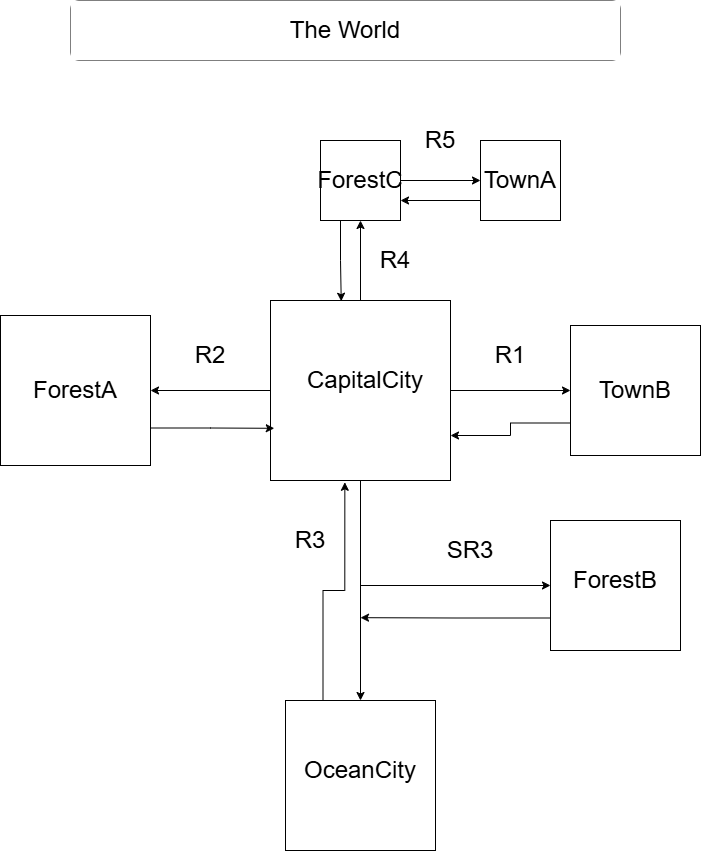
Earlier version of the draw.io export World_Map.png (ImamM05/SimulationEngine). Source tidied: cells renumbered, new cells last; positions are measured from the earlier drawing's top-left corner, leaving out a move shared by most shapes.
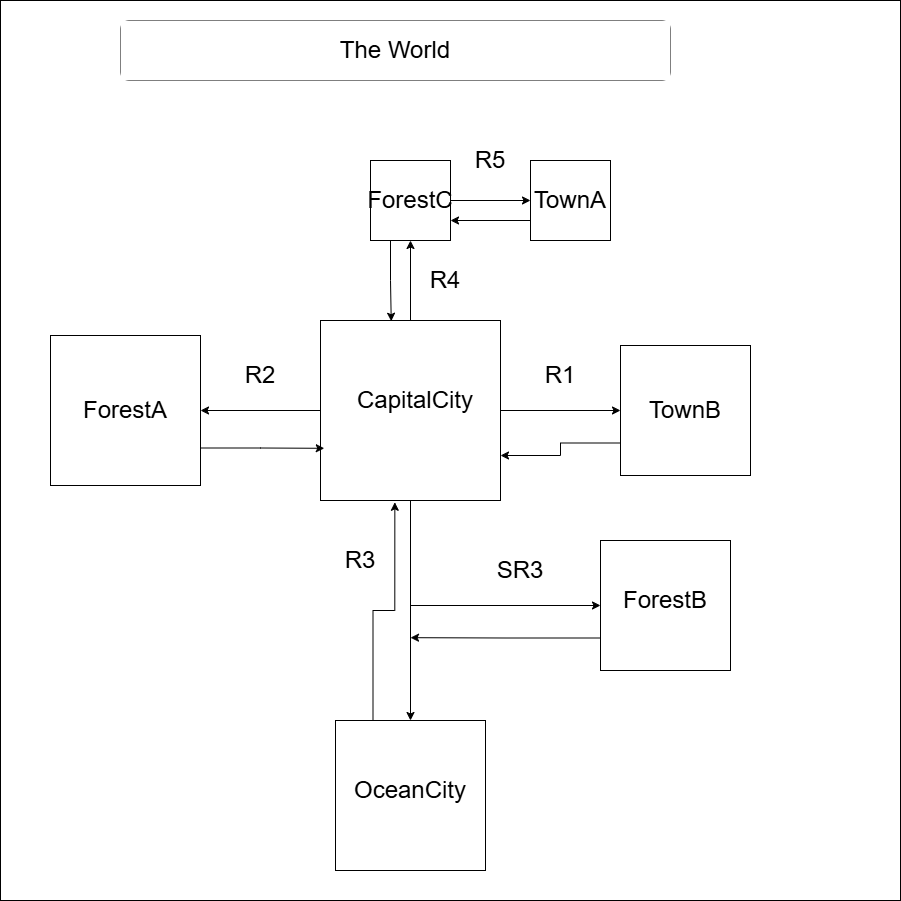
The same diagram one commit later.

What changed in the source:
```diff
@@ -2,6 +2,9 @@
   <root>
     <mxCell id="0" />
     <mxCell id="1" parent="0" />
+    <mxCell id="36" value="\" style="whiteSpace=wrap;html=1;" parent="1" vertex="1">
+      <mxGeometry x="-50" y="-20" width="900" height="900" as="geometry" />
+    </mxCell>
     <mxCell id="2" style="rounded=1;whiteSpace=wrap;html=1;" parent="1" vertex="1">
       <mxGeometry x="70" width="550" height="60" as="geometry" />
     </mxCell>
```
